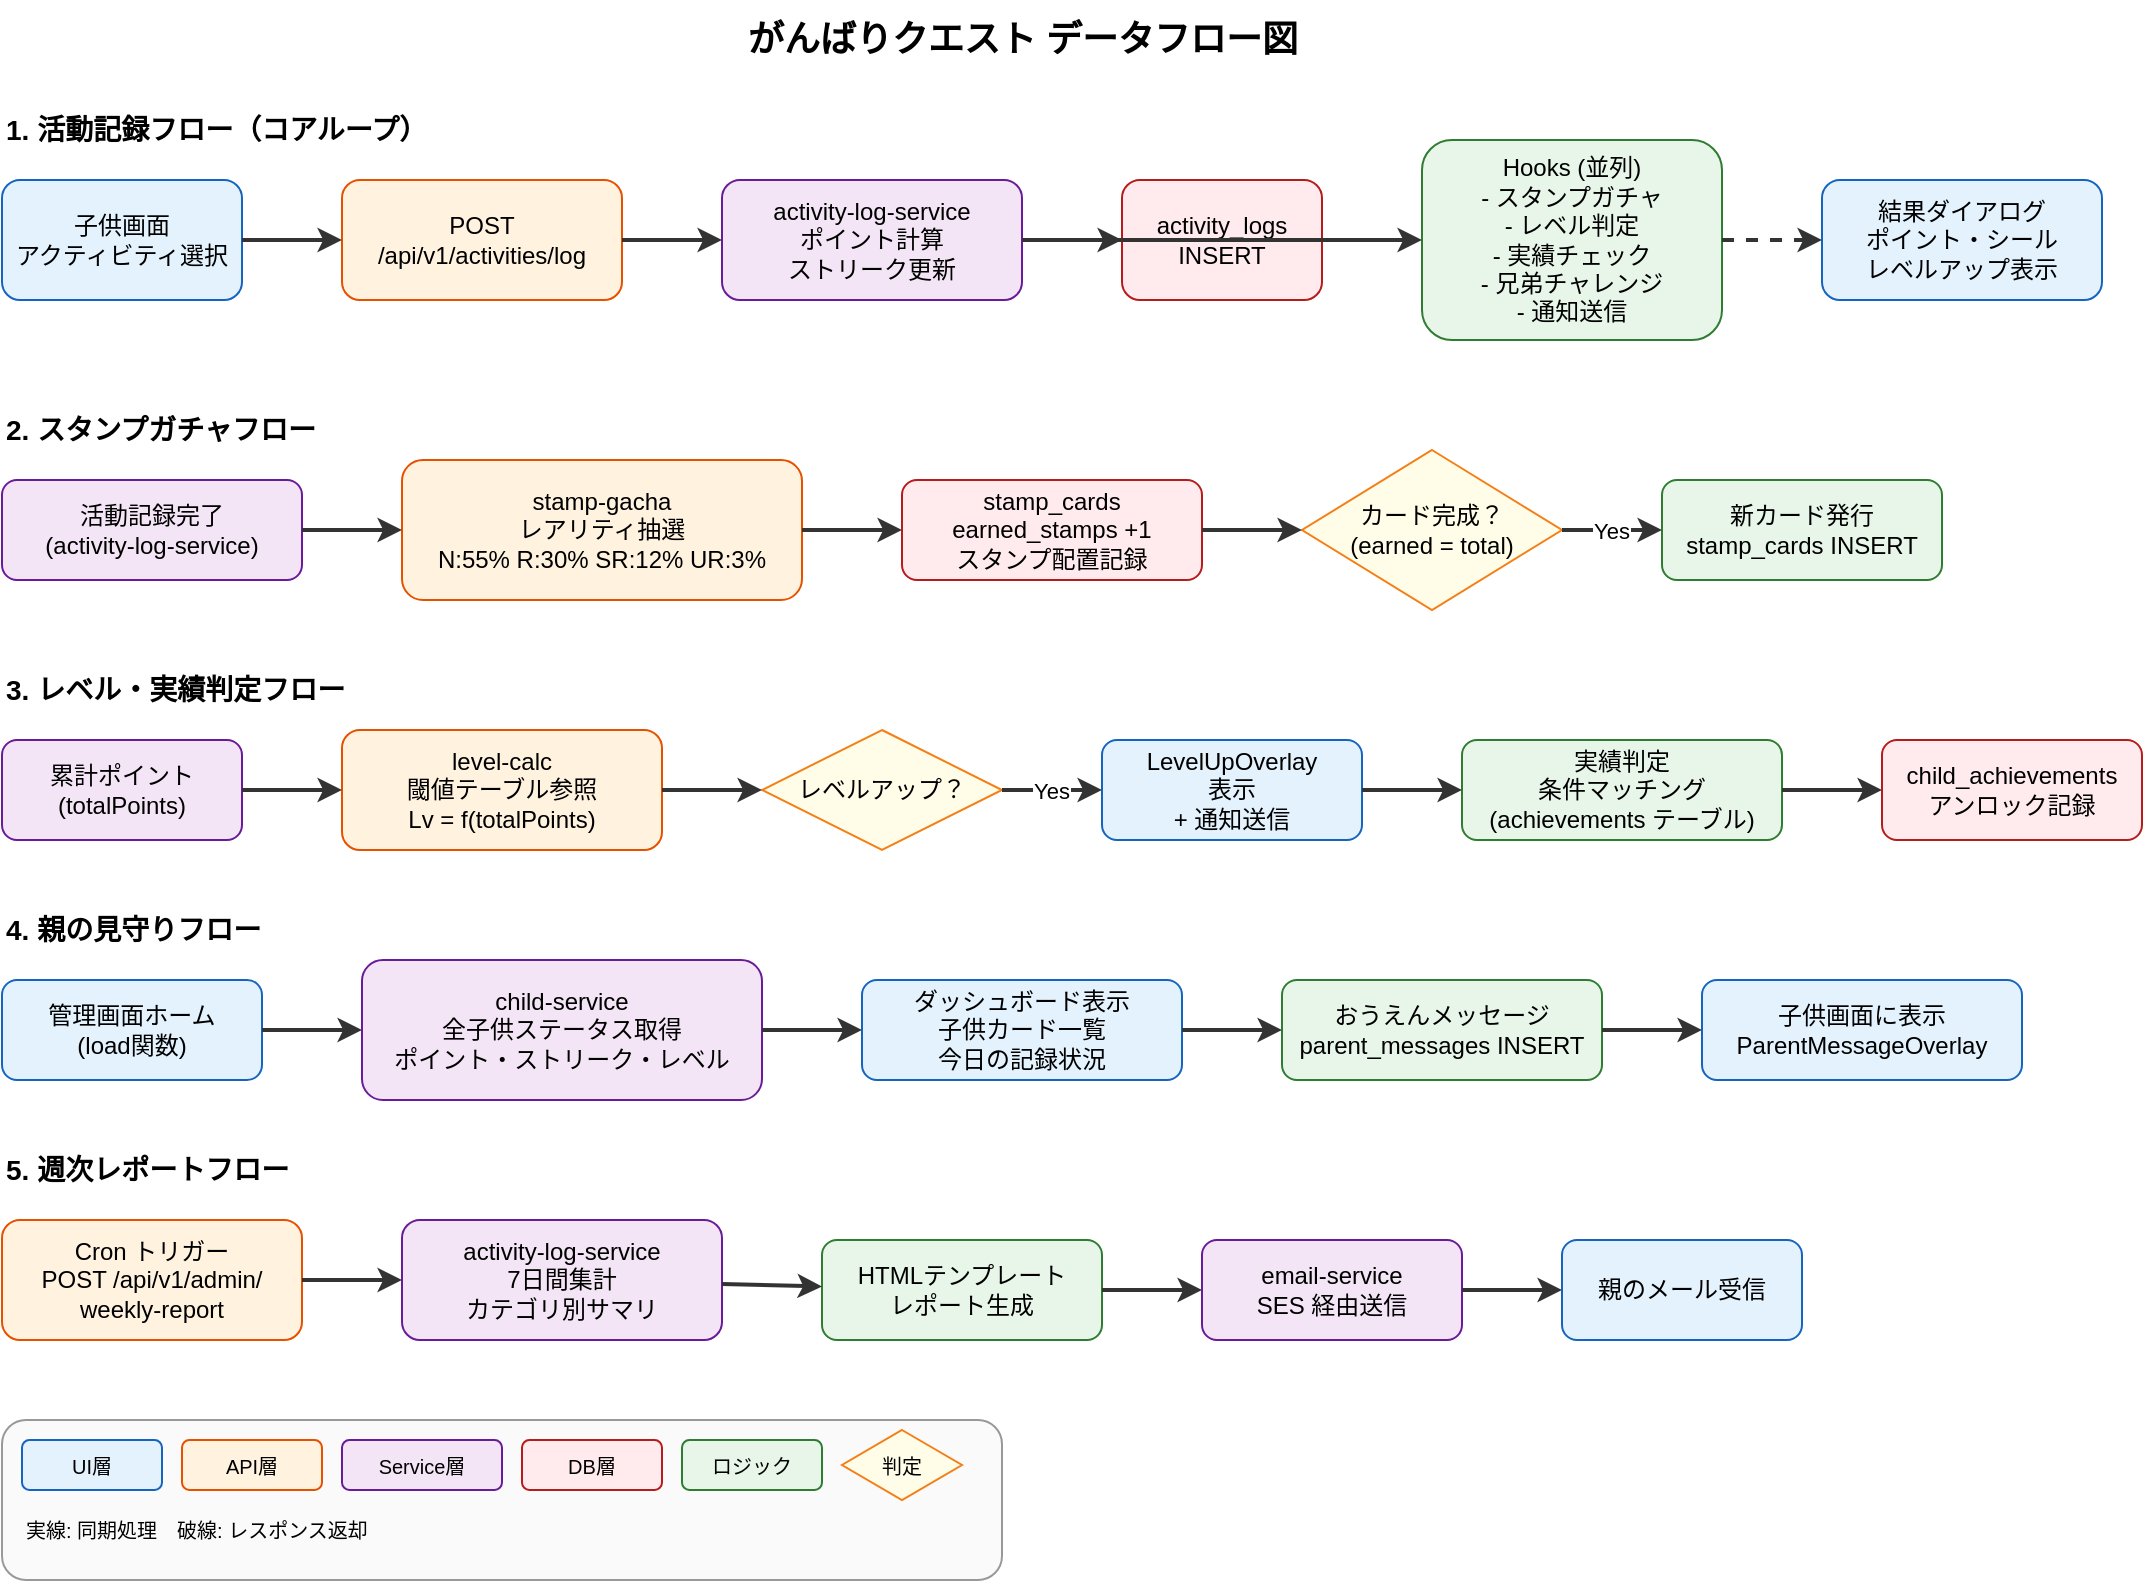
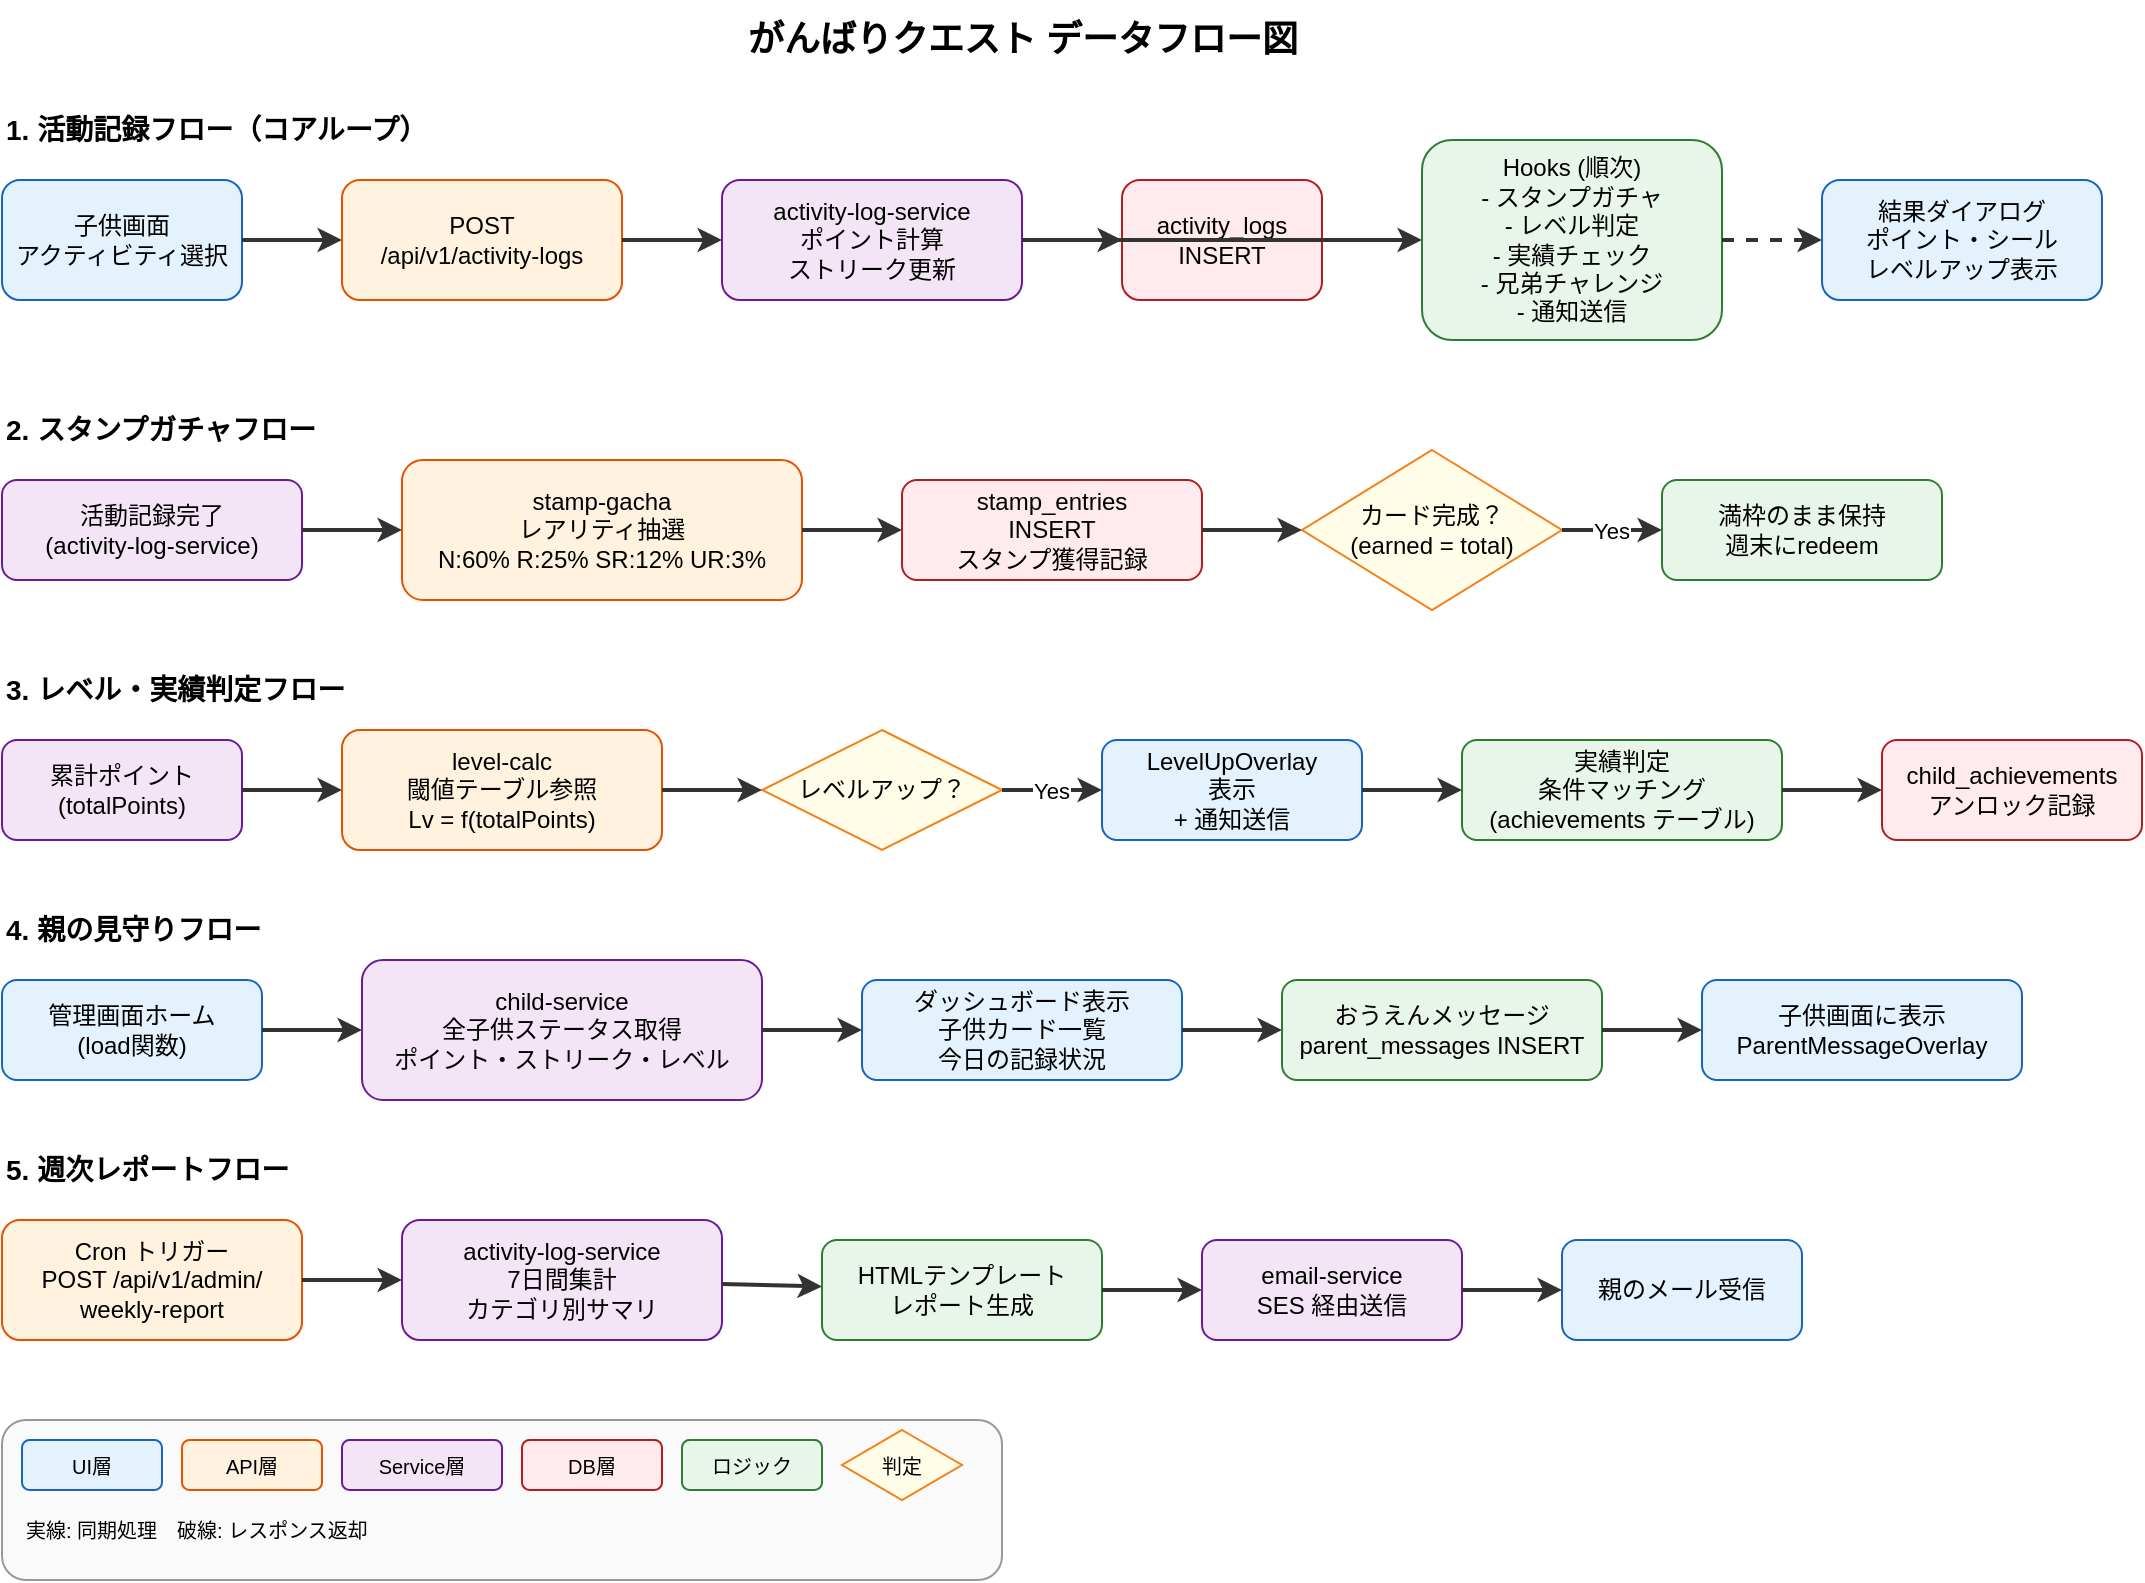
<mxfile host="app.diagrams.net" modified="2026-04-09" agent="Claude" version="24.0.0" type="device">
  <diagram id="data-flow" name="Data Flow">
    <mxGraphModel dx="1422" dy="900" grid="1" gridSize="10" guides="1" tooltips="1" connect="1" arrows="1" fold="1" page="1" pageScale="1" pageWidth="1169" pageHeight="827" math="0" shadow="0">
      <root>
        <mxCell id="0" />
        <mxCell id="1" parent="0" />

        <!-- Title -->
        <mxCell id="title" value="がんばりクエスト データフロー図" style="text;html=1;align=center;verticalAlign=middle;resizable=0;points=[];autosize=1;strokeColor=none;fillColor=none;fontSize=18;fontStyle=1;" vertex="1" parent="1">
          <mxGeometry x="350" y="10" width="400" height="40" as="geometry" />
        </mxCell>

        <!-- ===== Flow 1: Activity Recording (Core Loop) ===== -->
        <mxCell id="flow1-title" value="1. 活動記録フロー（コアループ）" style="text;html=1;align=left;verticalAlign=middle;strokeColor=none;fillColor=none;fontSize=14;fontStyle=1;" vertex="1" parent="1">
          <mxGeometry x="40" y="60" width="300" height="30" as="geometry" />
        </mxCell>

        <mxCell id="f1-child" value="子供画面&#xa;アクティビティ選択" style="rounded=1;whiteSpace=wrap;html=1;fillColor=#E3F2FD;strokeColor=#1565C0;" vertex="1" parent="1">
          <mxGeometry x="40" y="100" width="120" height="60" as="geometry" />
        </mxCell>
-         <mxCell id="f1-api" value="POST&#xa;/api/v1/activities/log" style="rounded=1;whiteSpace=wrap;html=1;fillColor=#FFF3E0;strokeColor=#E65100;" vertex="1" parent="1">
+         <mxCell id="f1-api" value="POST&#xa;/api/v1/activity-logs" style="rounded=1;whiteSpace=wrap;html=1;fillColor=#FFF3E0;strokeColor=#E65100;" vertex="1" parent="1">
          <mxGeometry x="210" y="100" width="140" height="60" as="geometry" />
        </mxCell>
        <mxCell id="f1-svc" value="activity-log-service&#xa;ポイント計算&#xa;ストリーク更新" style="rounded=1;whiteSpace=wrap;html=1;fillColor=#F3E5F5;strokeColor=#6A1B9A;" vertex="1" parent="1">
          <mxGeometry x="400" y="100" width="150" height="60" as="geometry" />
        </mxCell>
        <mxCell id="f1-db" value="activity_logs&#xa;INSERT" style="rounded=1;whiteSpace=wrap;html=1;fillColor=#FFEBEE;strokeColor=#B71C1C;" vertex="1" parent="1">
          <mxGeometry x="600" y="100" width="100" height="60" as="geometry" />
        </mxCell>
-         <mxCell id="f1-hooks" value="Hooks (並列)&#xa;- スタンプガチャ&#xa;- レベル判定&#xa;- 実績チェック&#xa;- 兄弟チャレンジ&#xa;- 通知送信" style="rounded=1;whiteSpace=wrap;html=1;fillColor=#E8F5E9;strokeColor=#2E7D32;" vertex="1" parent="1">
+         <mxCell id="f1-hooks" value="Hooks (順次)&#xa;- スタンプガチャ&#xa;- レベル判定&#xa;- 実績チェック&#xa;- 兄弟チャレンジ&#xa;- 通知送信" style="rounded=1;whiteSpace=wrap;html=1;fillColor=#E8F5E9;strokeColor=#2E7D32;" vertex="1" parent="1">
          <mxGeometry x="750" y="80" width="150" height="100" as="geometry" />
        </mxCell>
        <mxCell id="f1-result" value="結果ダイアログ&#xa;ポイント・シール&#xa;レベルアップ表示" style="rounded=1;whiteSpace=wrap;html=1;fillColor=#E3F2FD;strokeColor=#1565C0;" vertex="1" parent="1">
          <mxGeometry x="950" y="100" width="140" height="60" as="geometry" />
        </mxCell>

        <mxCell id="f1-e1" style="strokeColor=#333;strokeWidth=2;" edge="1" source="f1-child" target="f1-api" parent="1"><mxGeometry relative="1" as="geometry" /></mxCell>
        <mxCell id="f1-e2" style="strokeColor=#333;strokeWidth=2;" edge="1" source="f1-api" target="f1-svc" parent="1"><mxGeometry relative="1" as="geometry" /></mxCell>
        <mxCell id="f1-e3" style="strokeColor=#333;strokeWidth=2;" edge="1" source="f1-svc" target="f1-db" parent="1"><mxGeometry relative="1" as="geometry" /></mxCell>
        <mxCell id="f1-e4" style="strokeColor=#333;strokeWidth=2;" edge="1" source="f1-svc" target="f1-hooks" parent="1"><mxGeometry relative="1" as="geometry" /></mxCell>
        <mxCell id="f1-e5" style="strokeColor=#333;strokeWidth=2;dashed=1;" edge="1" source="f1-hooks" target="f1-result" parent="1"><mxGeometry relative="1" as="geometry" /></mxCell>

        <!-- ===== Flow 2: Stamp Gacha ===== -->
        <mxCell id="flow2-title" value="2. スタンプガチャフロー" style="text;html=1;align=left;verticalAlign=middle;strokeColor=none;fillColor=none;fontSize=14;fontStyle=1;" vertex="1" parent="1">
          <mxGeometry x="40" y="210" width="300" height="30" as="geometry" />
        </mxCell>

        <mxCell id="f2-trigger" value="活動記録完了&#xa;(activity-log-service)" style="rounded=1;whiteSpace=wrap;html=1;fillColor=#F3E5F5;strokeColor=#6A1B9A;" vertex="1" parent="1">
          <mxGeometry x="40" y="250" width="150" height="50" as="geometry" />
        </mxCell>
-         <mxCell id="f2-gacha" value="stamp-gacha&#xa;レアリティ抽選&#xa;N:55% R:30% SR:12% UR:3%" style="rounded=1;whiteSpace=wrap;html=1;fillColor=#FFF3E0;strokeColor=#E65100;" vertex="1" parent="1">
+         <mxCell id="f2-gacha" value="stamp-gacha&#xa;レアリティ抽選&#xa;N:60% R:25% SR:12% UR:3%" style="rounded=1;whiteSpace=wrap;html=1;fillColor=#FFF3E0;strokeColor=#E65100;" vertex="1" parent="1">
          <mxGeometry x="240" y="240" width="200" height="70" as="geometry" />
        </mxCell>
-         <mxCell id="f2-card" value="stamp_cards&#xa;earned_stamps +1&#xa;スタンプ配置記録" style="rounded=1;whiteSpace=wrap;html=1;fillColor=#FFEBEE;strokeColor=#B71C1C;" vertex="1" parent="1">
+         <mxCell id="f2-card" value="stamp_entries&#xa;INSERT&#xa;スタンプ獲得記録" style="rounded=1;whiteSpace=wrap;html=1;fillColor=#FFEBEE;strokeColor=#B71C1C;" vertex="1" parent="1">
          <mxGeometry x="490" y="250" width="150" height="50" as="geometry" />
        </mxCell>
        <mxCell id="f2-complete" value="カード完成？&#xa;(earned = total)" style="shape=rhombus;whiteSpace=wrap;html=1;fillColor=#FFFDE7;strokeColor=#F57F17;" vertex="1" parent="1">
          <mxGeometry x="690" y="235" width="130" height="80" as="geometry" />
        </mxCell>
-         <mxCell id="f2-new" value="新カード発行&#xa;stamp_cards INSERT" style="rounded=1;whiteSpace=wrap;html=1;fillColor=#E8F5E9;strokeColor=#2E7D32;" vertex="1" parent="1">
+         <mxCell id="f2-new" value="満枠のまま保持&#xa;週末にredeem" style="rounded=1;whiteSpace=wrap;html=1;fillColor=#E8F5E9;strokeColor=#2E7D32;" vertex="1" parent="1">
          <mxGeometry x="870" y="250" width="140" height="50" as="geometry" />
        </mxCell>

        <mxCell id="f2-e1" style="strokeColor=#333;strokeWidth=2;" edge="1" source="f2-trigger" target="f2-gacha" parent="1"><mxGeometry relative="1" as="geometry" /></mxCell>
        <mxCell id="f2-e2" style="strokeColor=#333;strokeWidth=2;" edge="1" source="f2-gacha" target="f2-card" parent="1"><mxGeometry relative="1" as="geometry" /></mxCell>
        <mxCell id="f2-e3" style="strokeColor=#333;strokeWidth=2;" edge="1" source="f2-card" target="f2-complete" parent="1"><mxGeometry relative="1" as="geometry" /></mxCell>
        <mxCell id="f2-e4" value="Yes" style="strokeColor=#333;strokeWidth=2;" edge="1" source="f2-complete" target="f2-new" parent="1"><mxGeometry relative="1" as="geometry" /></mxCell>

        <!-- ===== Flow 3: Level & Achievement ===== -->
        <mxCell id="flow3-title" value="3. レベル・実績判定フロー" style="text;html=1;align=left;verticalAlign=middle;strokeColor=none;fillColor=none;fontSize=14;fontStyle=1;" vertex="1" parent="1">
          <mxGeometry x="40" y="340" width="300" height="30" as="geometry" />
        </mxCell>

        <mxCell id="f3-points" value="累計ポイント&#xa;(totalPoints)" style="rounded=1;whiteSpace=wrap;html=1;fillColor=#F3E5F5;strokeColor=#6A1B9A;" vertex="1" parent="1">
          <mxGeometry x="40" y="380" width="120" height="50" as="geometry" />
        </mxCell>
        <mxCell id="f3-levelcalc" value="level-calc&#xa;閾値テーブル参照&#xa;Lv = f(totalPoints)" style="rounded=1;whiteSpace=wrap;html=1;fillColor=#FFF3E0;strokeColor=#E65100;" vertex="1" parent="1">
          <mxGeometry x="210" y="375" width="160" height="60" as="geometry" />
        </mxCell>
        <mxCell id="f3-levelup" value="レベルアップ？" style="shape=rhombus;whiteSpace=wrap;html=1;fillColor=#FFFDE7;strokeColor=#F57F17;" vertex="1" parent="1">
          <mxGeometry x="420" y="375" width="120" height="60" as="geometry" />
        </mxCell>
        <mxCell id="f3-notify" value="LevelUpOverlay&#xa;表示&#xa;+ 通知送信" style="rounded=1;whiteSpace=wrap;html=1;fillColor=#E3F2FD;strokeColor=#1565C0;" vertex="1" parent="1">
          <mxGeometry x="590" y="380" width="130" height="50" as="geometry" />
        </mxCell>
        <mxCell id="f3-achieve" value="実績判定&#xa;条件マッチング&#xa;(achievements テーブル)" style="rounded=1;whiteSpace=wrap;html=1;fillColor=#E8F5E9;strokeColor=#2E7D32;" vertex="1" parent="1">
          <mxGeometry x="770" y="380" width="160" height="50" as="geometry" />
        </mxCell>
        <mxCell id="f3-unlock" value="child_achievements&#xa;アンロック記録" style="rounded=1;whiteSpace=wrap;html=1;fillColor=#FFEBEE;strokeColor=#B71C1C;" vertex="1" parent="1">
          <mxGeometry x="980" y="380" width="130" height="50" as="geometry" />
        </mxCell>

        <mxCell id="f3-e1" style="strokeColor=#333;strokeWidth=2;" edge="1" source="f3-points" target="f3-levelcalc" parent="1"><mxGeometry relative="1" as="geometry" /></mxCell>
        <mxCell id="f3-e2" style="strokeColor=#333;strokeWidth=2;" edge="1" source="f3-levelcalc" target="f3-levelup" parent="1"><mxGeometry relative="1" as="geometry" /></mxCell>
        <mxCell id="f3-e3" value="Yes" style="strokeColor=#333;strokeWidth=2;" edge="1" source="f3-levelup" target="f3-notify" parent="1"><mxGeometry relative="1" as="geometry" /></mxCell>
        <mxCell id="f3-e4" style="strokeColor=#333;strokeWidth=2;" edge="1" source="f3-notify" target="f3-achieve" parent="1"><mxGeometry relative="1" as="geometry" /></mxCell>
        <mxCell id="f3-e5" style="strokeColor=#333;strokeWidth=2;" edge="1" source="f3-achieve" target="f3-unlock" parent="1"><mxGeometry relative="1" as="geometry" /></mxCell>

        <!-- ===== Flow 4: Parent Monitoring ===== -->
        <mxCell id="flow4-title" value="4. 親の見守りフロー" style="text;html=1;align=left;verticalAlign=middle;strokeColor=none;fillColor=none;fontSize=14;fontStyle=1;" vertex="1" parent="1">
          <mxGeometry x="40" y="460" width="300" height="30" as="geometry" />
        </mxCell>

        <mxCell id="f4-parent" value="管理画面ホーム&#xa;(load関数)" style="rounded=1;whiteSpace=wrap;html=1;fillColor=#E3F2FD;strokeColor=#1565C0;" vertex="1" parent="1">
          <mxGeometry x="40" y="500" width="130" height="50" as="geometry" />
        </mxCell>
        <mxCell id="f4-fetch" value="child-service&#xa;全子供ステータス取得&#xa;ポイント・ストリーク・レベル" style="rounded=1;whiteSpace=wrap;html=1;fillColor=#F3E5F5;strokeColor=#6A1B9A;" vertex="1" parent="1">
          <mxGeometry x="220" y="490" width="200" height="70" as="geometry" />
        </mxCell>
        <mxCell id="f4-dashboard" value="ダッシュボード表示&#xa;子供カード一覧&#xa;今日の記録状況" style="rounded=1;whiteSpace=wrap;html=1;fillColor=#E3F2FD;strokeColor=#1565C0;" vertex="1" parent="1">
          <mxGeometry x="470" y="500" width="160" height="50" as="geometry" />
        </mxCell>
        <mxCell id="f4-message" value="おうえんメッセージ&#xa;parent_messages INSERT" style="rounded=1;whiteSpace=wrap;html=1;fillColor=#E8F5E9;strokeColor=#2E7D32;" vertex="1" parent="1">
          <mxGeometry x="680" y="500" width="160" height="50" as="geometry" />
        </mxCell>
        <mxCell id="f4-show" value="子供画面に表示&#xa;ParentMessageOverlay" style="rounded=1;whiteSpace=wrap;html=1;fillColor=#E3F2FD;strokeColor=#1565C0;" vertex="1" parent="1">
          <mxGeometry x="890" y="500" width="160" height="50" as="geometry" />
        </mxCell>

        <mxCell id="f4-e1" style="strokeColor=#333;strokeWidth=2;" edge="1" source="f4-parent" target="f4-fetch" parent="1"><mxGeometry relative="1" as="geometry" /></mxCell>
        <mxCell id="f4-e2" style="strokeColor=#333;strokeWidth=2;" edge="1" source="f4-fetch" target="f4-dashboard" parent="1"><mxGeometry relative="1" as="geometry" /></mxCell>
        <mxCell id="f4-e3" style="strokeColor=#333;strokeWidth=2;" edge="1" source="f4-dashboard" target="f4-message" parent="1"><mxGeometry relative="1" as="geometry" /></mxCell>
        <mxCell id="f4-e4" style="strokeColor=#333;strokeWidth=2;" edge="1" source="f4-message" target="f4-show" parent="1"><mxGeometry relative="1" as="geometry" /></mxCell>

        <!-- ===== Flow 5: Weekly Report ===== -->
        <mxCell id="flow5-title" value="5. 週次レポートフロー" style="text;html=1;align=left;verticalAlign=middle;strokeColor=none;fillColor=none;fontSize=14;fontStyle=1;" vertex="1" parent="1">
          <mxGeometry x="40" y="580" width="300" height="30" as="geometry" />
        </mxCell>

        <mxCell id="f5-cron" value="Cron トリガー&#xa;POST /api/v1/admin/&#xa;weekly-report" style="rounded=1;whiteSpace=wrap;html=1;fillColor=#FFF3E0;strokeColor=#E65100;" vertex="1" parent="1">
          <mxGeometry x="40" y="620" width="150" height="60" as="geometry" />
        </mxCell>
        <mxCell id="f5-aggregate" value="activity-log-service&#xa;7日間集計&#xa;カテゴリ別サマリ" style="rounded=1;whiteSpace=wrap;html=1;fillColor=#F3E5F5;strokeColor=#6A1B9A;" vertex="1" parent="1">
          <mxGeometry x="240" y="620" width="160" height="60" as="geometry" />
        </mxCell>
        <mxCell id="f5-template" value="HTMLテンプレート&#xa;レポート生成" style="rounded=1;whiteSpace=wrap;html=1;fillColor=#E8F5E9;strokeColor=#2E7D32;" vertex="1" parent="1">
          <mxGeometry x="450" y="630" width="140" height="50" as="geometry" />
        </mxCell>
        <mxCell id="f5-ses" value="email-service&#xa;SES 経由送信" style="rounded=1;whiteSpace=wrap;html=1;fillColor=#F3E5F5;strokeColor=#6A1B9A;" vertex="1" parent="1">
          <mxGeometry x="640" y="630" width="130" height="50" as="geometry" />
        </mxCell>
        <mxCell id="f5-inbox" value="親のメール受信" style="rounded=1;whiteSpace=wrap;html=1;fillColor=#E3F2FD;strokeColor=#1565C0;" vertex="1" parent="1">
          <mxGeometry x="820" y="630" width="120" height="50" as="geometry" />
        </mxCell>

        <mxCell id="f5-e1" style="strokeColor=#333;strokeWidth=2;" edge="1" source="f5-cron" target="f5-aggregate" parent="1"><mxGeometry relative="1" as="geometry" /></mxCell>
        <mxCell id="f5-e2" style="strokeColor=#333;strokeWidth=2;" edge="1" source="f5-aggregate" target="f5-template" parent="1"><mxGeometry relative="1" as="geometry" /></mxCell>
        <mxCell id="f5-e3" style="strokeColor=#333;strokeWidth=2;" edge="1" source="f5-template" target="f5-ses" parent="1"><mxGeometry relative="1" as="geometry" /></mxCell>
        <mxCell id="f5-e4" style="strokeColor=#333;strokeWidth=2;" edge="1" source="f5-ses" target="f5-inbox" parent="1"><mxGeometry relative="1" as="geometry" /></mxCell>

        <!-- Legend -->
        <mxCell id="legend-box" value="" style="rounded=1;whiteSpace=wrap;html=1;fillColor=#FAFAFA;strokeColor=#999;" vertex="1" parent="1">
          <mxGeometry x="40" y="720" width="500" height="80" as="geometry" />
        </mxCell>
        <mxCell id="leg1" value="UI層" style="rounded=1;whiteSpace=wrap;html=1;fillColor=#E3F2FD;strokeColor=#1565C0;fontSize=10;" vertex="1" parent="1">
          <mxGeometry x="50" y="730" width="70" height="25" as="geometry" />
        </mxCell>
        <mxCell id="leg2" value="API層" style="rounded=1;whiteSpace=wrap;html=1;fillColor=#FFF3E0;strokeColor=#E65100;fontSize=10;" vertex="1" parent="1">
          <mxGeometry x="130" y="730" width="70" height="25" as="geometry" />
        </mxCell>
        <mxCell id="leg3" value="Service層" style="rounded=1;whiteSpace=wrap;html=1;fillColor=#F3E5F5;strokeColor=#6A1B9A;fontSize=10;" vertex="1" parent="1">
          <mxGeometry x="210" y="730" width="80" height="25" as="geometry" />
        </mxCell>
        <mxCell id="leg4" value="DB層" style="rounded=1;whiteSpace=wrap;html=1;fillColor=#FFEBEE;strokeColor=#B71C1C;fontSize=10;" vertex="1" parent="1">
          <mxGeometry x="300" y="730" width="70" height="25" as="geometry" />
        </mxCell>
        <mxCell id="leg5" value="ロジック" style="rounded=1;whiteSpace=wrap;html=1;fillColor=#E8F5E9;strokeColor=#2E7D32;fontSize=10;" vertex="1" parent="1">
          <mxGeometry x="380" y="730" width="70" height="25" as="geometry" />
        </mxCell>
        <mxCell id="leg6" value="判定" style="shape=rhombus;whiteSpace=wrap;html=1;fillColor=#FFFDE7;strokeColor=#F57F17;fontSize=10;" vertex="1" parent="1">
          <mxGeometry x="460" y="725" width="60" height="35" as="geometry" />
        </mxCell>
        <mxCell id="leg-text" value="実線: 同期処理　破線: レスポンス返却" style="text;html=1;align=left;verticalAlign=middle;strokeColor=none;fillColor=none;fontSize=10;" vertex="1" parent="1">
          <mxGeometry x="50" y="765" width="250" height="20" as="geometry" />
        </mxCell>
      </root>
    </mxGraphModel>
  </diagram>
</mxfile>
